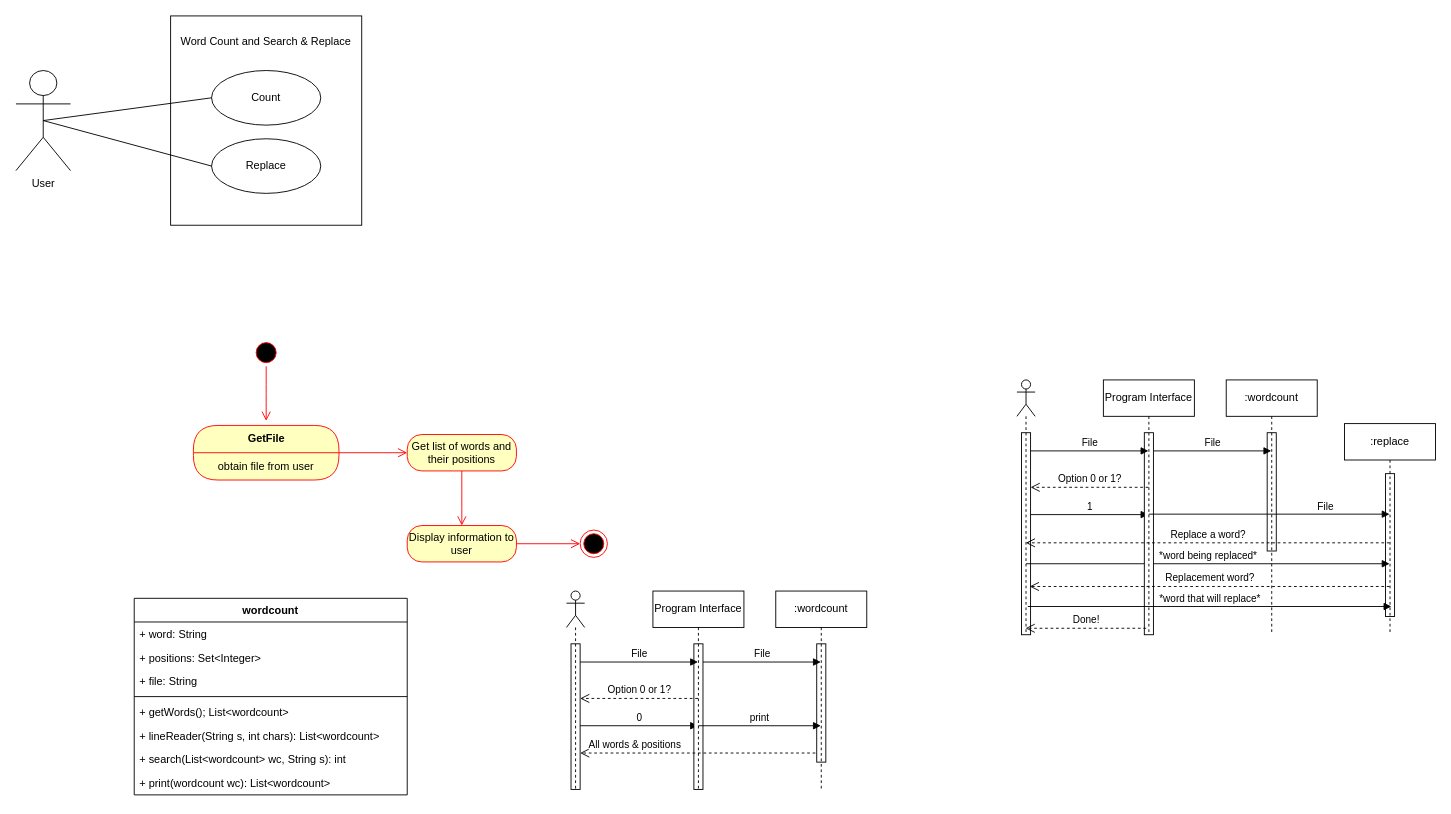
Above: Release 2/SearchReplaceUseCase (1) (1) (2).drawio in rschulte12/Search-Replace (draw.io), before the change. Source tidied: cells renumbered, new cells numbered last; positions are measured from the earlier drawing's top-left corner, leaving out a move shared by most shapes. Both pictures are drawn from the tidied source at 91%, with x=0, y=0 at pixel (15, 15).
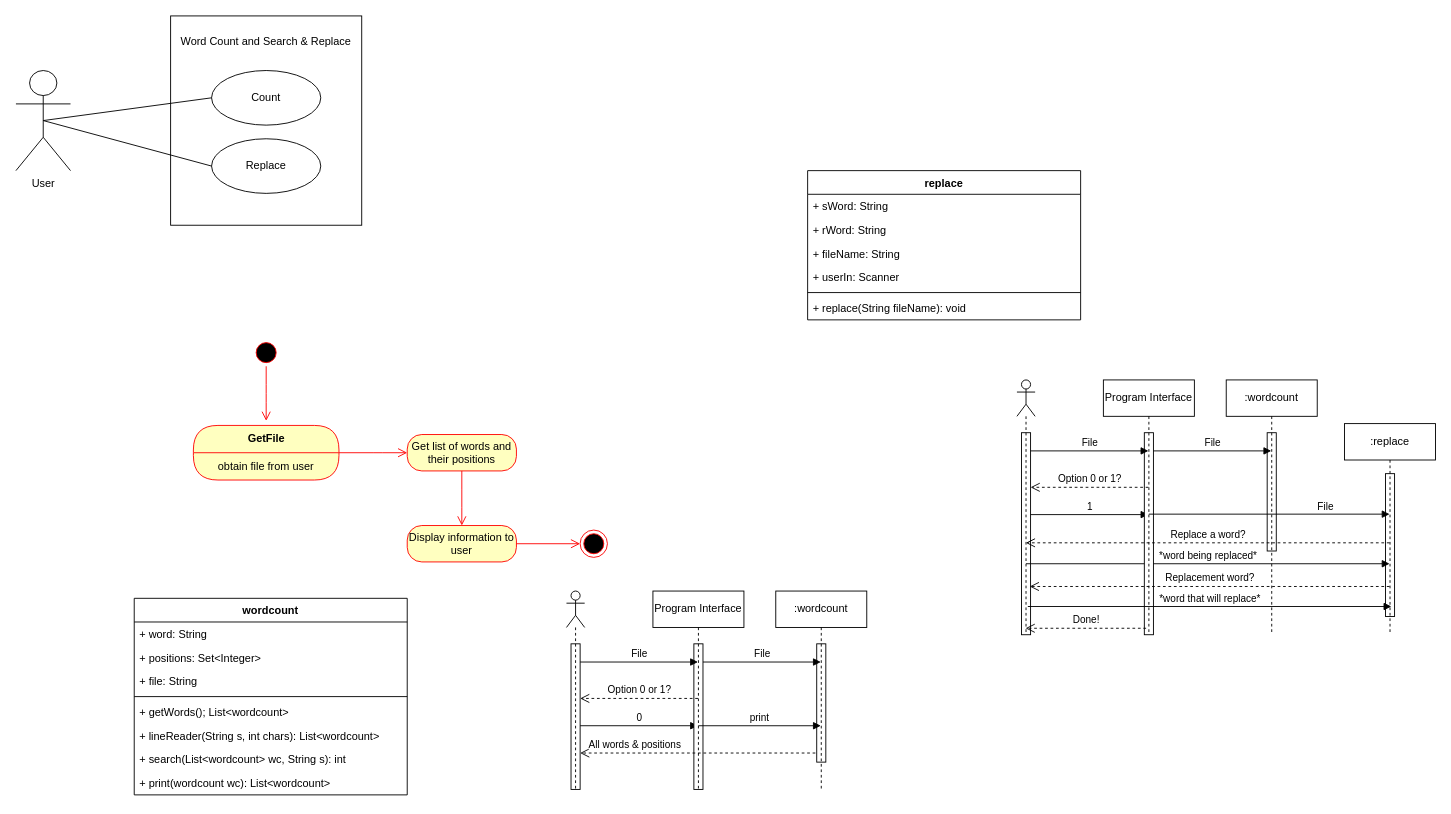
After the change.

Commit message (it also covers changes not shown here):
Added class diagrams

What changed in the source:
```diff
@@
+    <mxCell id="60" value="replace" style="swimlane;fontStyle=1;align=center;verticalAlign=top;horizontal=1;startSize=26;" parent="1" vertex="1">
+      <mxGeometry x="870" y="170" width="300" height="164" as="geometry" />
+    </mxCell>
+    <mxCell id="61" value="+ sWord: String" style="text;strokeColor=none;fillColor=none;align=left;verticalAlign=top;spacingLeft=4;spacingRight=4;overflow=hidden;" parent="60" vertex="1">
+      <mxGeometry y="26" width="300" height="26" as="geometry" />
+    </mxCell>
+    <mxCell id="62" value="+ rWord: String" style="text;strokeColor=none;fillColor=none;align=left;verticalAlign=top;spacingLeft=4;spacingRight=4;overflow=hidden;" parent="60" vertex="1">
+      <mxGeometry y="52" width="300" height="26" as="geometry" />
+    </mxCell>
+    <mxCell id="63" value="+ fileName: String" style="text;strokeColor=none;fillColor=none;align=left;verticalAlign=top;spacingLeft=4;spacingRight=4;overflow=hidden;" parent="60" vertex="1">
+      <mxGeometry y="78" width="300" height="26" as="geometry" />
+    </mxCell>
+    <mxCell id="64" value="+ userIn: Scanner" style="text;strokeColor=none;fillColor=none;align=left;verticalAlign=top;spacingLeft=4;spacingRight=4;overflow=hidden;" parent="60" vertex="1">
+      <mxGeometry y="104" width="300" height="26" as="geometry" />
+    </mxCell>
+    <mxCell id="65" style="line;strokeWidth=1;fillColor=none;align=left;verticalAlign=middle;spacingTop=-1;spacingLeft=3;spacingRight=3;labelPosition=right;" parent="60" vertex="1">
+      <mxGeometry y="130" width="300" height="8" as="geometry" />
+    </mxCell>
+    <mxCell id="66" value="+ replace(String fileName): void" style="text;strokeColor=none;fillColor=none;align=left;verticalAlign=top;spacingLeft=4;spacingRight=4;overflow=hidden;" parent="60" vertex="1">
+      <mxGeometry y="138" width="300" height="26" as="geometry" />
+    </mxCell>
```
